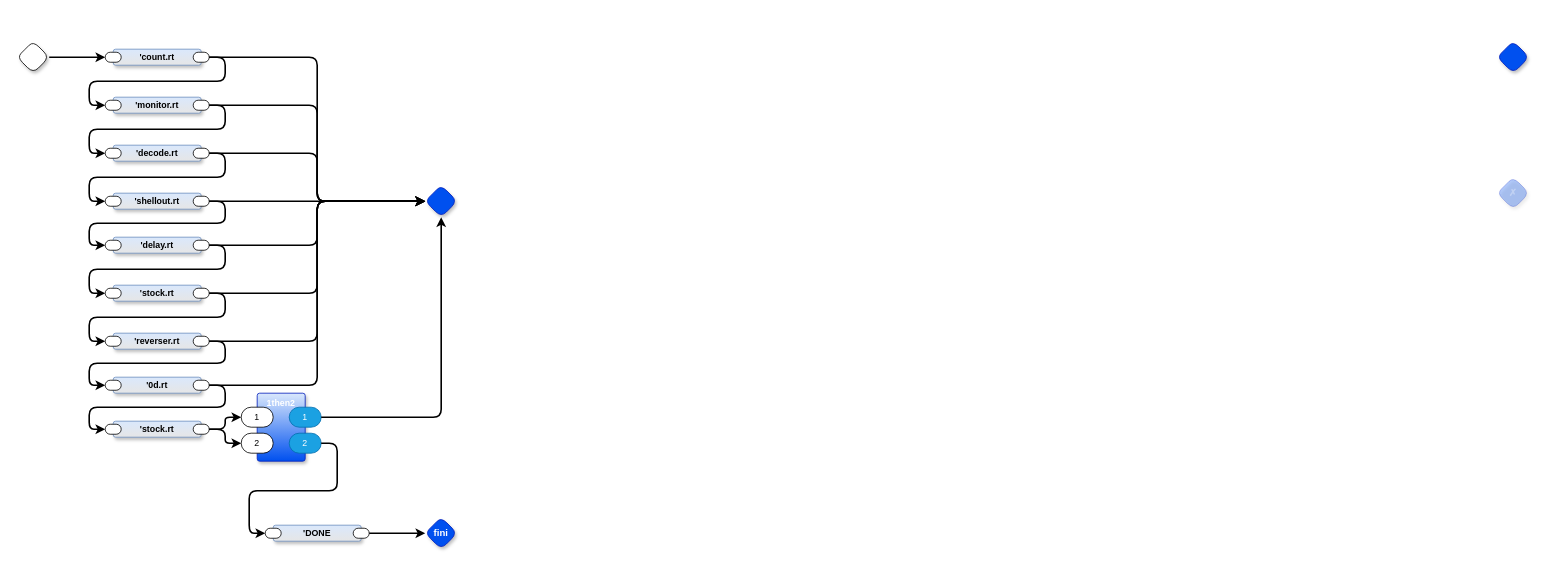
Earlier version of the draw.io diagram page "List Filenames Including Larson Scanner" (3 of 35) of rt2all.drawio (guitarvydas/rt). Source tidied: cells renumbered, new cells numbered last; positions are measured from the earlier drawing's top-left corner, leaving out a move shared by most shapes. Both pictures are drawn from the tidied source at 80%, with x=0, y=0 at pixel (17, 41).
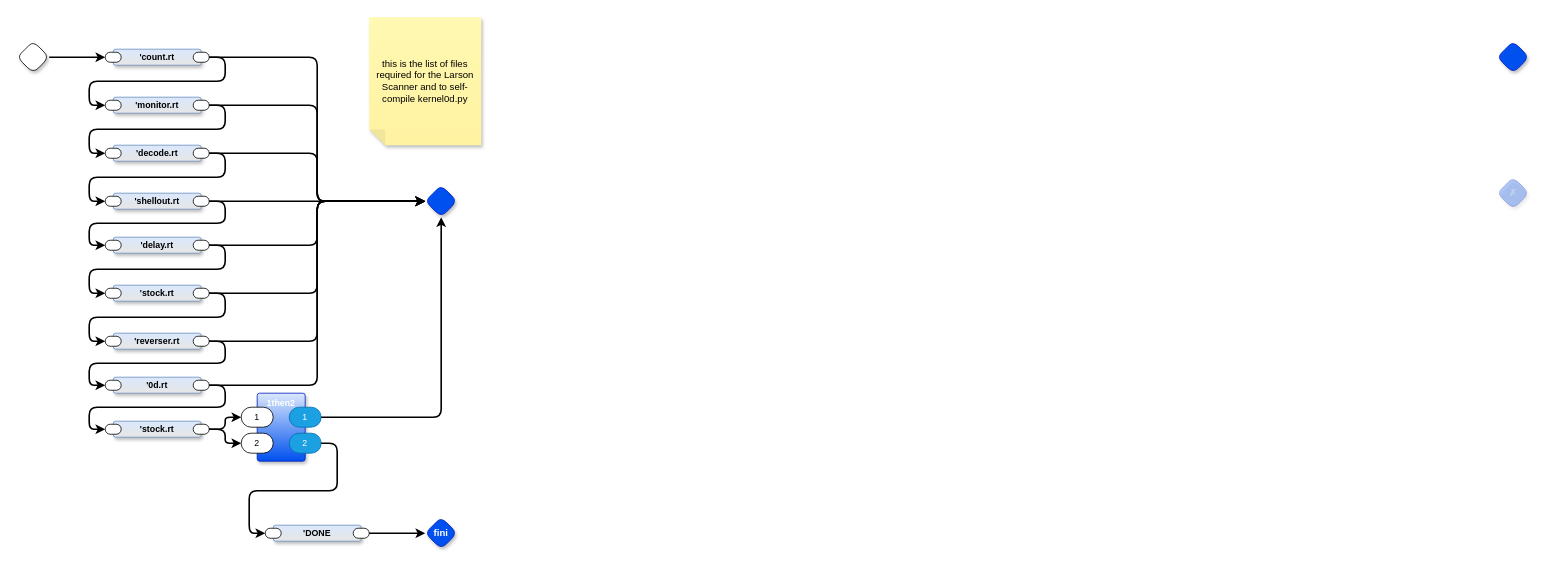
After the change.

Diff of the diagram source:
```diff
@@
+    <mxCell id="64" value="this is the list of files required for the Larson Scanner and to self-compile kernel0d.py" style="shape=note;whiteSpace=wrap;html=1;backgroundOutline=1;fontColor=#000000;darkOpacity=0.05;fillColor=#FFF9B2;strokeColor=none;fillStyle=solid;direction=west;gradientDirection=north;gradientColor=#FFF2A1;shadow=1;size=20;" parent="1" vertex="1">
+      <mxGeometry x="440" y="-30" width="140" height="160" as="geometry" />
+    </mxCell>
```
